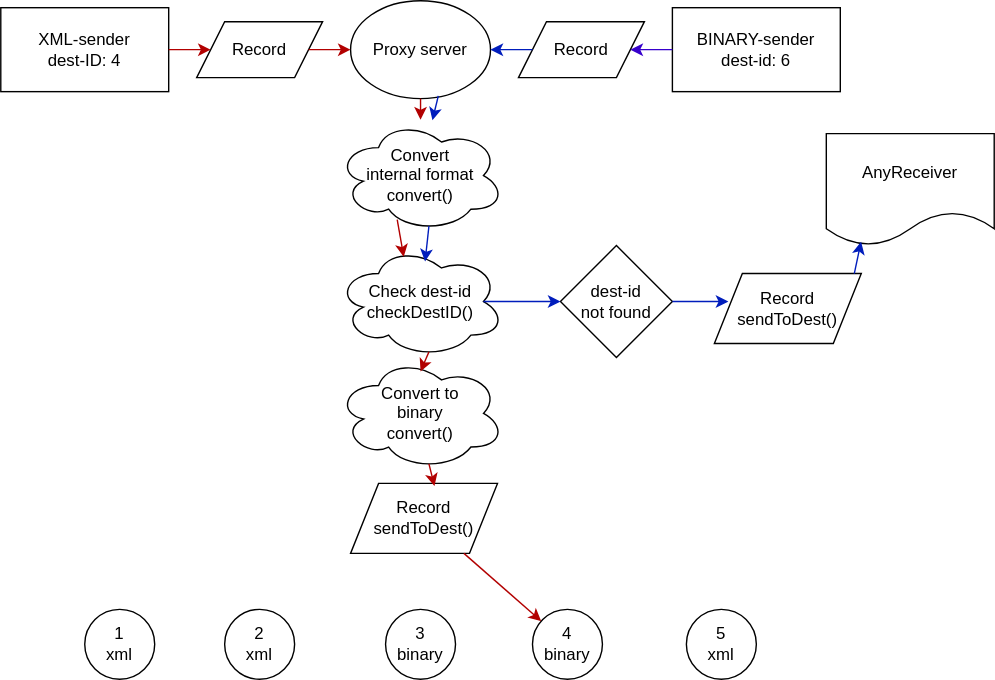
victorialangoe/ProxyServer keeps this draw.io diagram as proxy_server.drawio.svg. Above is the earlier version. Source tidied: cells renumbered, new cells last; positions are measured from the earlier drawing's top-left corner, leaving out a move shared by most shapes. The source it was exported from:
```xml
<mxGraphModel>
  <root>
    <mxCell id="0" />
    <mxCell id="1" parent="0" />
    <mxCell id="2" value="XML-sender&lt;br&gt;dest-ID: 4" style="rounded=0;whiteSpace=wrap;html=1;" parent="1" vertex="1">
      <mxGeometry y="5" width="120" height="60" as="geometry" />
    </mxCell>
    <mxCell id="3" value="BINARY-sender&lt;br&gt;dest-id: 6" style="rounded=0;whiteSpace=wrap;html=1;" parent="1" vertex="1">
      <mxGeometry x="480" y="5" width="120" height="60" as="geometry" />
    </mxCell>
    <mxCell id="4" value="Record" style="shape=parallelogram;perimeter=parallelogramPerimeter;whiteSpace=wrap;html=1;fixedSize=1;" parent="1" vertex="1">
      <mxGeometry x="140" y="15" width="90" height="40" as="geometry" />
    </mxCell>
    <mxCell id="5" value="Record" style="shape=parallelogram;perimeter=parallelogramPerimeter;whiteSpace=wrap;html=1;fixedSize=1;" parent="1" vertex="1">
      <mxGeometry x="370" y="15" width="90" height="40" as="geometry" />
    </mxCell>
    <mxCell id="6" value="Proxy server" style="ellipse;whiteSpace=wrap;html=1;" parent="1" vertex="1">
      <mxGeometry x="250" width="100" height="70" as="geometry" />
    </mxCell>
    <mxCell id="7" style="endArrow=classic;html=1;rounded=0;fillColor=#e51400;strokeColor=#B20000;" parent="1" edge="1" source="2">
      <mxGeometry relative="1" as="geometry">
        <mxPoint x="150" y="35" as="targetPoint" />
      </mxGeometry>
    </mxCell>
    <mxCell id="8" style="endArrow=classic;html=1;rounded=0;entryX=0;entryY=0.5;entryDx=0;entryDy=0;fillColor=#e51400;strokeColor=#B20000;" parent="1" edge="1" source="4" target="6">
      <mxGeometry relative="1" as="geometry" />
    </mxCell>
    <mxCell id="9" style="endArrow=classic;html=1;rounded=0;entryX=1;entryY=0.5;entryDx=0;entryDy=0;exitX=0;exitY=0.5;exitDx=0;exitDy=0;fillColor=#6a00ff;strokeColor=#3700CC;" parent="1" edge="1" source="3" target="5">
      <mxGeometry relative="1" as="geometry" />
    </mxCell>
    <mxCell id="10" style="endArrow=classic;html=1;rounded=0;fillColor=#0050ef;strokeColor=#001DBC;" parent="1" edge="1" source="5">
      <mxGeometry relative="1" as="geometry">
        <mxPoint x="350" y="35" as="targetPoint" />
      </mxGeometry>
    </mxCell>
    <mxCell id="11" value="Convert&lt;br&gt;internal format&lt;br&gt;convert()" style="ellipse;shape=cloud;whiteSpace=wrap;html=1;" parent="1" vertex="1">
      <mxGeometry x="240" y="85" width="120" height="80" as="geometry" />
    </mxCell>
    <mxCell id="12" style="endArrow=classic;html=1;rounded=0;exitX=0.5;exitY=1;exitDx=0;exitDy=0;fillColor=#e51400;strokeColor=#B20000;" parent="1" edge="1" source="6" target="11">
      <mxGeometry relative="1" as="geometry" />
    </mxCell>
    <mxCell id="13" value="Check dest-id&lt;br&gt;checkDestID()" style="ellipse;shape=cloud;whiteSpace=wrap;html=1;" parent="1" vertex="1">
      <mxGeometry x="240" y="175" width="120" height="80" as="geometry" />
    </mxCell>
    <mxCell id="14" value="1&lt;br&gt;xml" style="ellipse;whiteSpace=wrap;html=1;" parent="1" vertex="1">
      <mxGeometry x="60" y="435" width="50" height="50" as="geometry" />
    </mxCell>
    <mxCell id="15" value="2&lt;br&gt;xml" style="ellipse;whiteSpace=wrap;html=1;" parent="1" vertex="1">
      <mxGeometry x="160" y="435" width="50" height="50" as="geometry" />
    </mxCell>
    <mxCell id="16" value="3&lt;br&gt;binary" style="ellipse;whiteSpace=wrap;html=1;" parent="1" vertex="1">
      <mxGeometry x="275" y="435" width="50" height="50" as="geometry" />
    </mxCell>
    <mxCell id="17" value="4&lt;br&gt;binary" style="ellipse;whiteSpace=wrap;html=1;" parent="1" vertex="1">
      <mxGeometry x="380" y="435" width="50" height="50" as="geometry" />
    </mxCell>
    <mxCell id="18" value="5&lt;br&gt;xml" style="ellipse;whiteSpace=wrap;html=1;" parent="1" vertex="1">
      <mxGeometry x="490" y="435" width="50" height="50" as="geometry" />
    </mxCell>
    <mxCell id="19" value="AnyReceiver" style="shape=document;whiteSpace=wrap;html=1;boundedLbl=1;" parent="1" vertex="1">
      <mxGeometry x="590" y="95" width="120" height="80" as="geometry" />
    </mxCell>
    <mxCell id="20" style="endArrow=classic;html=1;rounded=0;exitX=0.55;exitY=0.95;exitDx=0;exitDy=0;exitPerimeter=0;entryX=0.527;entryY=0.143;entryDx=0;entryDy=0;entryPerimeter=0;fillColor=#0050ef;strokeColor=#001DBC;" parent="1" edge="1" source="11" target="13">
      <mxGeometry relative="1" as="geometry" />
    </mxCell>
    <mxCell id="21" style="endArrow=classic;html=1;rounded=0;exitX=0.627;exitY=0.972;exitDx=0;exitDy=0;exitPerimeter=0;fillColor=#0050ef;strokeColor=#001DBC;" parent="1" edge="1" source="6" target="11">
      <mxGeometry relative="1" as="geometry" />
    </mxCell>
    <mxCell id="22" style="endArrow=classic;html=1;rounded=0;exitX=0.361;exitY=0.893;exitDx=0;exitDy=0;exitPerimeter=0;entryX=0.4;entryY=0.1;entryDx=0;entryDy=0;entryPerimeter=0;fillColor=#e51400;strokeColor=#B20000;" parent="1" edge="1" source="11" target="13">
      <mxGeometry relative="1" as="geometry" />
    </mxCell>
    <mxCell id="23" value="Convert to&lt;br&gt;binary&lt;br&gt;convert()" style="ellipse;shape=cloud;whiteSpace=wrap;html=1;" parent="1" vertex="1">
      <mxGeometry x="240" y="255" width="120" height="80" as="geometry" />
    </mxCell>
    <mxCell id="24" style="endArrow=classic;html=1;rounded=0;exitX=0.55;exitY=0.95;exitDx=0;exitDy=0;exitPerimeter=0;fillColor=#e51400;strokeColor=#B20000;" parent="1" edge="1" source="13">
      <mxGeometry relative="1" as="geometry">
        <mxPoint x="300" y="265" as="targetPoint" />
      </mxGeometry>
    </mxCell>
    <mxCell id="25" value="Record&lt;br&gt;sendToDest()" style="shape=parallelogram;perimeter=parallelogramPerimeter;whiteSpace=wrap;html=1;fixedSize=1;" parent="1" vertex="1">
      <mxGeometry x="250" y="345" width="105" height="50" as="geometry" />
    </mxCell>
    <mxCell id="26" style="endArrow=classic;html=1;rounded=0;exitX=0.55;exitY=0.95;exitDx=0;exitDy=0;exitPerimeter=0;entryX=0.571;entryY=0.037;entryDx=0;entryDy=0;entryPerimeter=0;fillColor=#e51400;strokeColor=#B20000;" parent="1" edge="1" source="23" target="25">
      <mxGeometry relative="1" as="geometry" />
    </mxCell>
    <mxCell id="27" style="endArrow=classic;html=1;rounded=0;fillColor=#e51400;strokeColor=#B20000;" parent="1" edge="1" source="25" target="17">
      <mxGeometry relative="1" as="geometry" />
    </mxCell>
    <mxCell id="28" value="dest-id&lt;br&gt;not found" style="rhombus;whiteSpace=wrap;html=1;" parent="1" vertex="1">
      <mxGeometry x="400" y="175" width="80" height="80" as="geometry" />
    </mxCell>
    <mxCell id="29" style="endArrow=classic;html=1;rounded=0;exitX=0.875;exitY=0.5;exitDx=0;exitDy=0;exitPerimeter=0;fillColor=#0050ef;strokeColor=#001DBC;" parent="1" edge="1" source="13">
      <mxGeometry relative="1" as="geometry">
        <mxPoint x="400" y="215" as="targetPoint" />
      </mxGeometry>
    </mxCell>
    <mxCell id="30" value="Record&lt;br&gt;sendToDest()" style="shape=parallelogram;perimeter=parallelogramPerimeter;whiteSpace=wrap;html=1;fixedSize=1;" parent="1" vertex="1">
      <mxGeometry x="510" y="195" width="105" height="50" as="geometry" />
    </mxCell>
    <mxCell id="31" style="endArrow=classic;html=1;rounded=0;fillColor=#0050ef;strokeColor=#001DBC;" parent="1" edge="1" source="28">
      <mxGeometry relative="1" as="geometry">
        <mxPoint x="520" y="215" as="targetPoint" />
      </mxGeometry>
    </mxCell>
    <mxCell id="32" style="endArrow=classic;html=1;rounded=0;entryX=0.207;entryY=0.966;entryDx=0;entryDy=0;entryPerimeter=0;fillColor=#0050ef;strokeColor=#001DBC;" parent="1" edge="1" target="19">
      <mxGeometry relative="1" as="geometry">
        <mxPoint x="610" y="195" as="sourcePoint" />
      </mxGeometry>
    </mxCell>
  </root>
</mxGraphModel>
```
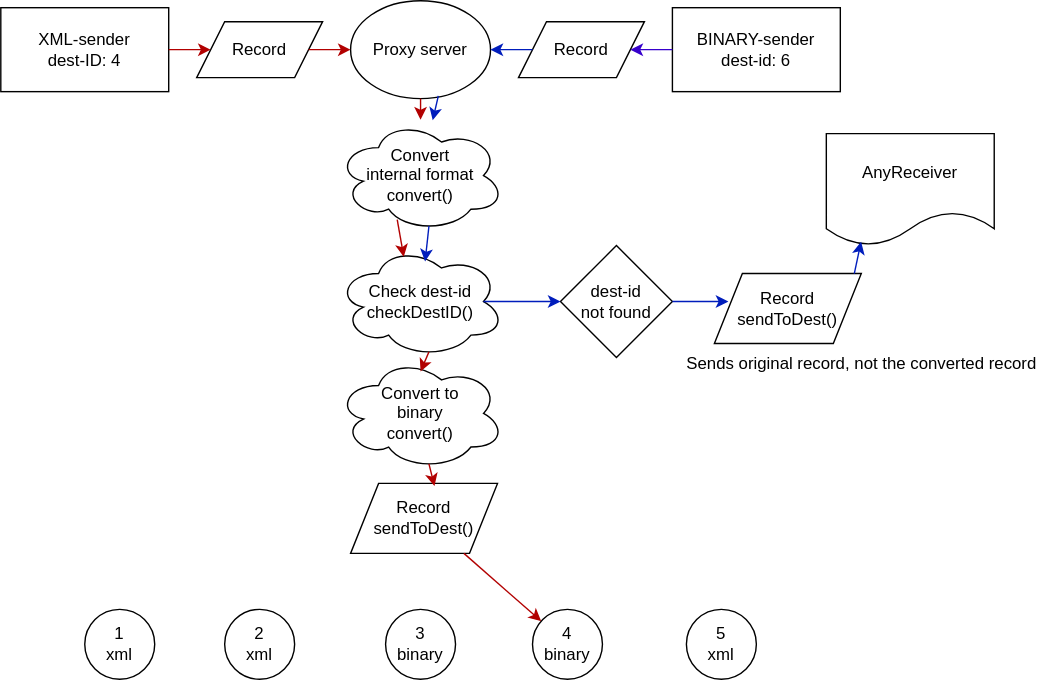
The same file after the commit.

What changed in the source:
```diff
@@ -107,5 +107,8 @@
         <mxPoint x="610" y="195" as="sourcePoint" />
       </mxGeometry>
     </mxCell>
+    <mxCell id="33" value="Sends original record, not the converted record" style="text;html=1;align=center;verticalAlign=middle;strokeColor=none;fillColor=none;" parent="1" vertex="1">
+      <mxGeometry x="480" y="245" width="270" height="30" as="geometry" />
+    </mxCell>
   </root>
 </mxGraphModel>
```
